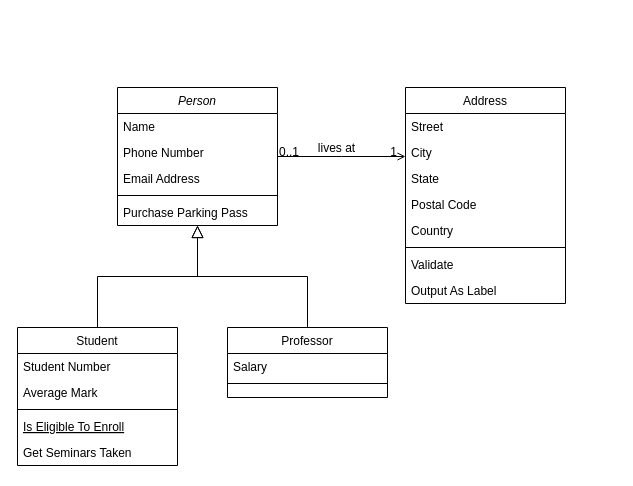
Before: SpanDB.drawio in hayden-pzhou/drawioChart, a draw.io diagram. Source tidied: cells renumbered, new cells numbered last; positions are measured from the earlier drawing's top-left corner, leaving out a move shared by most shapes. Both pictures are drawn from the tidied source at 100%, with x=0, y=0 at pixel (17, 87).
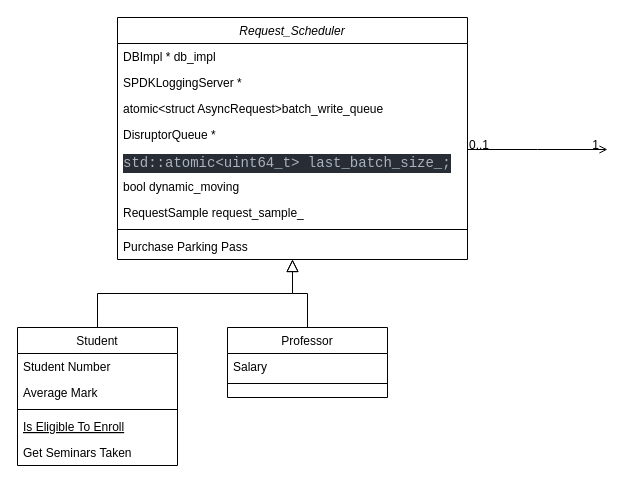
Above is the later version.

What changed in the source:
```diff
@@
-    <mxCell id="2" value="Person" style="swimlane;fontStyle=2;align=center;verticalAlign=top;horizontal=1;startSize=26;rounded=0;shadow=0;strokeWidth=1;" parent="1" vertex="1">
-      <mxGeometry x="100" width="160" height="138" as="geometry" />
+    <mxCell id="2" value="Request_Scheduler" style="swimlane;fontStyle=2;align=center;verticalAlign=top;horizontal=1;startSize=26;rounded=0;shadow=0;strokeWidth=1;" parent="1" vertex="1">
+      <mxGeometry x="100" y="-70" width="350" height="242" as="geometry" />
     </mxCell>
-    <mxCell id="3" value="Name" style="text;align=left;verticalAlign=top;spacingLeft=4;spacingRight=4;overflow=hidden;" parent="2" vertex="1">
-      <mxGeometry y="26" width="160" height="26" as="geometry" />
+    <mxCell id="3" value="DBImpl * db_impl" style="text;align=left;verticalAlign=top;spacingLeft=4;spacingRight=4;overflow=hidden;" parent="2" vertex="1">
+      <mxGeometry y="26" width="350" height="26" as="geometry" />
     </mxCell>
-    <mxCell id="4" value="Phone Number" style="text;align=left;verticalAlign=top;spacingLeft=4;spacingRight=4;overflow=hidden;rounded=0;shadow=0;html=0;" parent="2" vertex="1">
-      <mxGeometry y="52" width="160" height="26" as="geometry" />
+    <mxCell id="4" value="SPDKLoggingServer *" style="text;align=left;verticalAlign=top;spacingLeft=4;spacingRight=4;overflow=hidden;rounded=0;shadow=0;html=0;" parent="2" vertex="1">
+      <mxGeometry y="52" width="350" height="26" as="geometry" />
     </mxCell>
+    <mxCell id="32" value="atomic&amp;lt;struct AsyncRequest&amp;gt;batch_write_queue" style="text;strokeColor=none;fillColor=none;align=left;verticalAlign=top;spacingLeft=4;spacingRight=4;overflow=hidden;whiteSpace=wrap;html=1;" parent="2" vertex="1">
+      <mxGeometry y="78" width="350" height="26" as="geometry" />
+    </mxCell>
-    <mxCell id="5" value="Email Address" style="text;align=left;verticalAlign=top;spacingLeft=4;spacingRight=4;overflow=hidden;rounded=0;shadow=0;html=0;" parent="2" vertex="1">
-      <mxGeometry y="78" width="160" height="26" as="geometry" />
+    <mxCell id="5" value="DisruptorQueue *" style="text;align=left;verticalAlign=top;spacingLeft=4;spacingRight=4;overflow=hidden;rounded=0;shadow=0;html=0;" parent="2" vertex="1">
+      <mxGeometry y="104" width="350" height="26" as="geometry" />
     </mxCell>
+    <mxCell id="33" value="&lt;div style=&quot;color: rgb(171, 178, 191); background-color: rgb(40, 44, 52); font-family: Consolas, &amp;quot;Courier New&amp;quot;, monospace; font-size: 14px; line-height: 19px;&quot;&gt;std::atomic&amp;lt;uint64_t&amp;gt; last_batch_size_;&lt;/div&gt;" style="text;strokeColor=none;fillColor=none;align=left;verticalAlign=top;spacingLeft=4;spacingRight=4;overflow=hidden;whiteSpace=wrap;html=1;" parent="2" vertex="1">
+      <mxGeometry y="130" width="350" height="26" as="geometry" />
+    </mxCell>
+    <mxCell id="34" value="bool dynamic_moving" style="text;strokeColor=none;fillColor=none;align=left;verticalAlign=top;spacingLeft=4;spacingRight=4;overflow=hidden;whiteSpace=wrap;html=1;" parent="2" vertex="1">
+      <mxGeometry y="156" width="350" height="26" as="geometry" />
+    </mxCell>
+    <mxCell id="35" value="RequestSample request_sample_" style="text;strokeColor=none;fillColor=none;align=left;verticalAlign=top;spacingLeft=4;spacingRight=4;overflow=hidden;whiteSpace=wrap;html=1;" parent="2" vertex="1">
+      <mxGeometry y="182" width="350" height="26" as="geometry" />
+    </mxCell>
     <mxCell id="6" style="line;html=1;strokeWidth=1;align=left;verticalAlign=middle;spacingTop=-1;spacingLeft=3;spacingRight=3;labelPosition=right;" parent="2" vertex="1">
-      <mxGeometry y="104" width="160" height="8" as="geometry" />
+      <mxGeometry y="208" width="350" height="8" as="geometry" />
     </mxCell>
     <mxCell id="7" value="Purchase Parking Pass" style="text;align=left;verticalAlign=top;spacingLeft=4;spacingRight=4;overflow=hidden;" parent="2" vertex="1">
-      <mxGeometry y="112" width="160" height="26" as="geometry" />
+      <mxGeometry y="216" width="350" height="26" as="geometry" />
     </mxCell>
@@
-    <mxCell id="19" value="Address" style="swimlane;fontStyle=0;align=center;verticalAlign=top;horizontal=1;startSize=26;rounded=0;shadow=0;strokeWidth=1;" parent="1" vertex="1">
-      <mxGeometry x="388" width="160" height="216" as="geometry" />
-    </mxCell>
-    <mxCell id="20" value="Street" style="text;align=left;verticalAlign=top;spacingLeft=4;spacingRight=4;overflow=hidden;" parent="19" vertex="1">
-      <mxGeometry y="26" width="160" height="26" as="geometry" />
-    </mxCell>
-    <mxCell id="21" value="City" style="text;align=left;verticalAlign=top;spacingLeft=4;spacingRight=4;overflow=hidden;rounded=0;shadow=0;html=0;" parent="19" vertex="1">
-      <mxGeometry y="52" width="160" height="26" as="geometry" />
-    </mxCell>
-    <mxCell id="22" value="State" style="text;align=left;verticalAlign=top;spacingLeft=4;spacingRight=4;overflow=hidden;rounded=0;shadow=0;html=0;" parent="19" vertex="1">
-      <mxGeometry y="78" width="160" height="26" as="geometry" />
-    </mxCell>
-    <mxCell id="23" value="Postal Code" style="text;align=left;verticalAlign=top;spacingLeft=4;spacingRight=4;overflow=hidden;rounded=0;shadow=0;html=0;" parent="19" vertex="1">
-      <mxGeometry y="104" width="160" height="26" as="geometry" />
-    </mxCell>
-    <mxCell id="24" value="Country" style="text;align=left;verticalAlign=top;spacingLeft=4;spacingRight=4;overflow=hidden;rounded=0;shadow=0;html=0;" parent="19" vertex="1">
-      <mxGeometry y="130" width="160" height="26" as="geometry" />
-    </mxCell>
-    <mxCell id="25" style="line;html=1;strokeWidth=1;align=left;verticalAlign=middle;spacingTop=-1;spacingLeft=3;spacingRight=3;labelPosition=right;" parent="19" vertex="1">
-      <mxGeometry y="156" width="160" height="8" as="geometry" />
-    </mxCell>
-    <mxCell id="26" value="Validate" style="text;align=left;verticalAlign=top;spacingLeft=4;spacingRight=4;overflow=hidden;" parent="19" vertex="1">
-      <mxGeometry y="164" width="160" height="26" as="geometry" />
-    </mxCell>
-    <mxCell id="27" value="Output As Label" style="text;align=left;verticalAlign=top;spacingLeft=4;spacingRight=4;overflow=hidden;" parent="19" vertex="1">
-      <mxGeometry y="190" width="160" height="26" as="geometry" />
-    </mxCell>
-    <mxCell id="28" style="endArrow=open;shadow=0;strokeWidth=1;rounded=0;endFill=1;edgeStyle=elbowEdgeStyle;elbow=vertical;" parent="1" edge="1" source="2" target="19">
+    <mxCell id="28" style="endArrow=open;shadow=0;strokeWidth=1;rounded=0;endFill=1;edgeStyle=elbowEdgeStyle;elbow=vertical;" parent="1" edge="1" source="2">
       <mxGeometry x="0.5" y="41" relative="1" as="geometry">
+        <mxPoint x="590" y="62" as="targetPoint" />
         <mxPoint x="-40" y="32" as="offset" />
       </mxGeometry>
     </mxCell>
@@
-    <mxCell id="31" value="lives at" style="text;html=1;align=center;verticalAlign=middle;labelBackgroundColor=none;rounded=0;shadow=0;strokeWidth=1;fontSize=12;" parent="28" vertex="1">
-      <mxGeometry x="0.5" y="49" relative="1" as="geometry">
-        <mxPoint x="-38" y="40" as="offset" />
-      </mxGeometry>
-    </mxCell>
```
